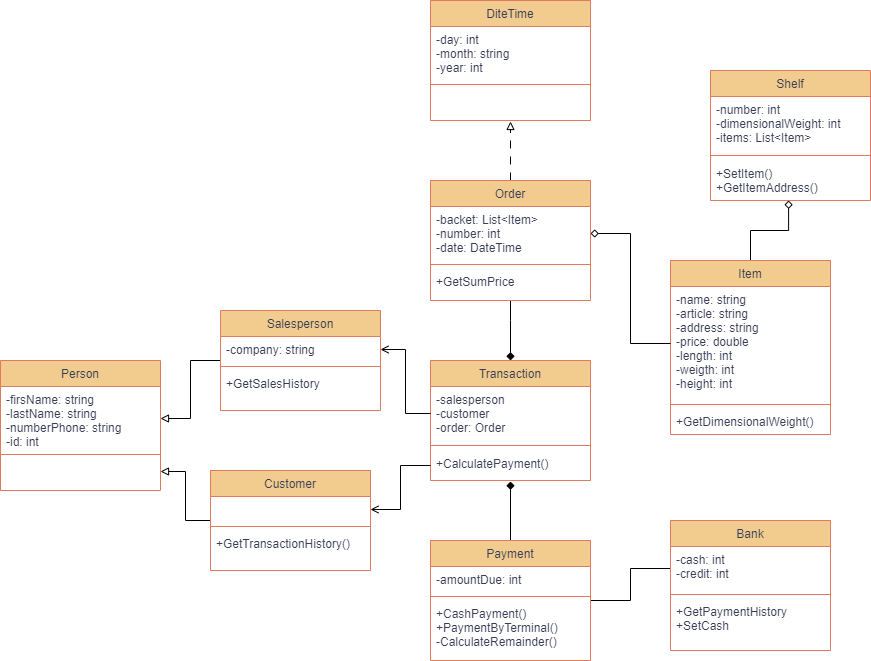
This is UML/Warehous.png from NoaNine/Foxminded_Task7_1, a draw.io export, as it was before one commit. Source tidied: cells renumbered, new cells last; positions are measured from the earlier drawing's top-left corner, leaving out a move shared by most shapes.
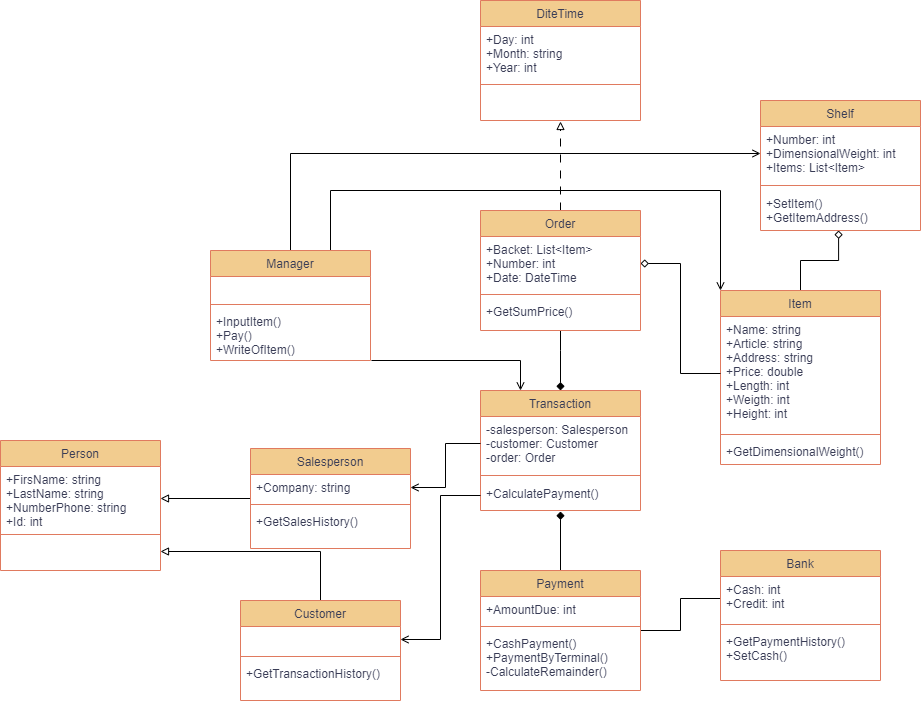
After the change.

Commit message:
Added manager class

Diff of the diagram source:
```diff
@@ -6,7 +6,7 @@
       <mxGeometry relative="1" as="geometry" />
     </mxCell>
     <mxCell id="3" value="Customer" style="swimlane;fontStyle=0;align=center;verticalAlign=top;horizontal=1;startSize=26;rounded=0;shadow=0;strokeWidth=1;labelBackgroundColor=none;fillColor=#F2CC8F;strokeColor=#E07A5F;fontColor=#393C56;" parent="1" vertex="1">
-      <mxGeometry x="210" y="470" width="160" height="100" as="geometry" />
+      <mxGeometry x="190" y="570" width="160" height="100" as="geometry" />
     </mxCell>
     <mxCell id="4" value=" " style="text;align=left;verticalAlign=top;spacingLeft=4;spacingRight=4;overflow=hidden;points=[[0,0.5],[1,0.5]];portConstraint=eastwest;labelBackgroundColor=none;fontColor=#393C56;" parent="3" vertex="1">
       <mxGeometry y="26" width="160" height="26" as="geometry" />
@@ -23,7 +23,7 @@
     <mxCell id="8" value="Item" style="swimlane;fontStyle=0;align=center;verticalAlign=top;horizontal=1;startSize=26;rounded=0;shadow=0;strokeWidth=1;labelBackgroundColor=none;fillColor=#F2CC8F;strokeColor=#E07A5F;fontColor=#393C56;" parent="1" vertex="1">
       <mxGeometry x="670" y="260" width="160" height="174" as="geometry" />
     </mxCell>
-    <mxCell id="9" value="-name: string&#10;-article: string&#10;-address: string&#10;-price: double&#10;-length: int&#10;-weigth: int &#10;-height: int" style="text;align=left;verticalAlign=top;spacingLeft=4;spacingRight=4;overflow=hidden;points=[[0,0.5],[1,0.5]];portConstraint=eastwest;labelBackgroundColor=none;fontColor=#393C56;fontStyle=0;" parent="8" vertex="1">
+    <mxCell id="9" value="+Name: string&#10;+Article: string&#10;+Address: string&#10;+Price: double&#10;+Length: int&#10;+Weigth: int &#10;+Height: int" style="text;align=left;verticalAlign=top;spacingLeft=4;spacingRight=4;overflow=hidden;points=[[0,0.5],[1,0.5]];portConstraint=eastwest;labelBackgroundColor=none;fontColor=#393C56;fontStyle=0;" parent="8" vertex="1">
       <mxGeometry y="26" width="160" height="114" as="geometry" />
     </mxCell>
     <mxCell id="10" style="line;html=1;strokeWidth=1;align=left;verticalAlign=middle;spacingTop=-1;spacingLeft=3;spacingRight=3;labelPosition=right;labelBackgroundColor=none;fillColor=#F2CC8F;strokeColor=#E07A5F;fontColor=#393C56;" parent="8" vertex="1">
@@ -36,21 +36,21 @@
       <mxGeometry relative="1" as="geometry" />
     </mxCell>
     <mxCell id="13" value="Salesperson" style="swimlane;fontStyle=0;align=center;verticalAlign=top;horizontal=1;startSize=26;rounded=0;shadow=0;strokeWidth=1;labelBackgroundColor=none;fillColor=#F2CC8F;strokeColor=#E07A5F;fontColor=#393C56;" parent="1" vertex="1">
-      <mxGeometry x="220" y="310" width="160" height="100" as="geometry" />
+      <mxGeometry x="200" y="418" width="160" height="100" as="geometry" />
     </mxCell>
-    <mxCell id="14" value="-company: string" style="text;align=left;verticalAlign=top;spacingLeft=4;spacingRight=4;overflow=hidden;points=[[0,0.5],[1,0.5]];portConstraint=eastwest;labelBackgroundColor=none;fontColor=#393C56;" parent="13" vertex="1">
+    <mxCell id="14" value="+Company: string" style="text;align=left;verticalAlign=top;spacingLeft=4;spacingRight=4;overflow=hidden;points=[[0,0.5],[1,0.5]];portConstraint=eastwest;labelBackgroundColor=none;fontColor=#393C56;" parent="13" vertex="1">
       <mxGeometry y="26" width="160" height="26" as="geometry" />
     </mxCell>
     <mxCell id="15" style="line;html=1;strokeWidth=1;align=left;verticalAlign=middle;spacingTop=-1;spacingLeft=3;spacingRight=3;labelPosition=right;labelBackgroundColor=none;fillColor=#F2CC8F;strokeColor=#E07A5F;fontColor=#393C56;" parent="13" vertex="1">
       <mxGeometry y="52" width="160" height="8" as="geometry" />
     </mxCell>
-    <mxCell id="16" value="+GetSalesHistory" style="text;align=left;verticalAlign=top;spacingLeft=4;spacingRight=4;overflow=hidden;fontStyle=0;labelBackgroundColor=none;fontColor=#393C56;" parent="13" vertex="1">
+    <mxCell id="16" value="+GetSalesHistory()" style="text;align=left;verticalAlign=top;spacingLeft=4;spacingRight=4;overflow=hidden;fontStyle=0;labelBackgroundColor=none;fontColor=#393C56;" parent="13" vertex="1">
       <mxGeometry y="60" width="160" height="26" as="geometry" />
     </mxCell>
     <mxCell id="17" value="Person" style="swimlane;fontStyle=0;align=center;verticalAlign=top;horizontal=1;startSize=26;rounded=0;shadow=0;strokeWidth=1;labelBackgroundColor=none;fillColor=#F2CC8F;strokeColor=#E07A5F;fontColor=#393C56;" parent="1" vertex="1">
-      <mxGeometry y="360" width="160" height="130" as="geometry" />
+      <mxGeometry x="-50" y="410" width="160" height="130" as="geometry" />
     </mxCell>
-    <mxCell id="18" value="-firsName: string&#10;-lastName: string&#10;-numberPhone: string&#10;-id: int" style="text;align=left;verticalAlign=top;spacingLeft=4;spacingRight=4;overflow=hidden;points=[[0,0.5],[1,0.5]];portConstraint=eastwest;labelBackgroundColor=none;fontColor=#393C56;" parent="17" vertex="1">
+    <mxCell id="18" value="+FirsName: string&#10;+LastName: string&#10;+NumberPhone: string&#10;+Id: int" style="text;align=left;verticalAlign=top;spacingLeft=4;spacingRight=4;overflow=hidden;points=[[0,0.5],[1,0.5]];portConstraint=eastwest;labelBackgroundColor=none;fontColor=#393C56;" parent="17" vertex="1">
       <mxGeometry y="26" width="160" height="64" as="geometry" />
     </mxCell>
     <mxCell id="19" style="line;html=1;strokeWidth=1;align=left;verticalAlign=middle;spacingTop=-1;spacingLeft=3;spacingRight=3;labelPosition=right;labelBackgroundColor=none;fillColor=#F2CC8F;strokeColor=#E07A5F;fontColor=#393C56;" parent="17" vertex="1">
@@ -70,7 +70,7 @@
     <mxCell id="22" value="Transaction" style="swimlane;fontStyle=0;align=center;verticalAlign=top;horizontal=1;startSize=26;rounded=0;shadow=0;strokeWidth=1;labelBackgroundColor=none;fillColor=#F2CC8F;strokeColor=#E07A5F;fontColor=#393C56;" parent="1" vertex="1">
       <mxGeometry x="430" y="360" width="160" height="120" as="geometry" />
     </mxCell>
-    <mxCell id="23" value="-salesperson&#10;-customer&#10;-order: Order" style="text;align=left;verticalAlign=top;spacingLeft=4;spacingRight=4;overflow=hidden;points=[[0,0.5],[1,0.5]];portConstraint=eastwest;labelBackgroundColor=none;fontColor=#393C56;" parent="22" vertex="1">
+    <mxCell id="23" value="-salesperson: Salesperson&#10;-customer: Customer&#10;-order: Order" style="text;align=left;verticalAlign=top;spacingLeft=4;spacingRight=4;overflow=hidden;points=[[0,0.5],[1,0.5]];portConstraint=eastwest;labelBackgroundColor=none;fontColor=#393C56;" parent="22" vertex="1">
       <mxGeometry y="26" width="160" height="54" as="geometry" />
     </mxCell>
     <mxCell id="24" style="line;html=1;strokeWidth=1;align=left;verticalAlign=middle;spacingTop=-1;spacingLeft=3;spacingRight=3;labelPosition=right;labelBackgroundColor=none;fillColor=#F2CC8F;strokeColor=#E07A5F;fontColor=#393C56;" parent="22" vertex="1">
@@ -82,7 +82,7 @@
     <mxCell id="26" value="Shelf" style="swimlane;fontStyle=0;align=center;verticalAlign=top;horizontal=1;startSize=26;rounded=0;shadow=0;strokeWidth=1;labelBackgroundColor=none;fillColor=#F2CC8F;strokeColor=#E07A5F;fontColor=#393C56;" parent="1" vertex="1">
       <mxGeometry x="710" y="70" width="160" height="130" as="geometry" />
     </mxCell>
-    <mxCell id="27" value="-number: int&#10;-dimensionalWeight: int&#10;-items: List&lt;Item&gt;" style="text;align=left;verticalAlign=top;spacingLeft=4;spacingRight=4;overflow=hidden;points=[[0,0.5],[1,0.5]];portConstraint=eastwest;labelBackgroundColor=none;fontColor=#393C56;" parent="26" vertex="1">
+    <mxCell id="27" value="+Number: int&#10;+DimensionalWeight: int&#10;+Items: List&lt;Item&gt;" style="text;align=left;verticalAlign=top;spacingLeft=4;spacingRight=4;overflow=hidden;points=[[0,0.5],[1,0.5]];portConstraint=eastwest;labelBackgroundColor=none;fontColor=#393C56;" parent="26" vertex="1">
       <mxGeometry y="26" width="160" height="54" as="geometry" />
     </mxCell>
     <mxCell id="28" style="line;html=1;strokeWidth=1;align=left;verticalAlign=middle;spacingTop=-1;spacingLeft=3;spacingRight=3;labelPosition=right;labelBackgroundColor=none;fillColor=#F2CC8F;strokeColor=#E07A5F;fontColor=#393C56;" parent="26" vertex="1">
@@ -100,7 +100,7 @@
     <mxCell id="32" value="Payment" style="swimlane;fontStyle=0;align=center;verticalAlign=top;horizontal=1;startSize=26;rounded=0;shadow=0;strokeWidth=1;labelBackgroundColor=none;fillColor=#F2CC8F;strokeColor=#E07A5F;fontColor=#393C56;" parent="1" vertex="1">
       <mxGeometry x="430" y="540" width="160" height="120" as="geometry" />
     </mxCell>
-    <mxCell id="33" value="-amountDue: int" style="text;align=left;verticalAlign=top;spacingLeft=4;spacingRight=4;overflow=hidden;labelBackgroundColor=none;fontColor=#393C56;" parent="32" vertex="1">
+    <mxCell id="33" value="+AmountDue: int" style="text;align=left;verticalAlign=top;spacingLeft=4;spacingRight=4;overflow=hidden;labelBackgroundColor=none;fontColor=#393C56;" parent="32" vertex="1">
       <mxGeometry y="26" width="160" height="26" as="geometry" />
     </mxCell>
     <mxCell id="34" style="line;html=1;strokeWidth=1;align=left;verticalAlign=middle;spacingTop=-1;spacingLeft=3;spacingRight=3;labelPosition=right;labelBackgroundColor=none;fillColor=#F2CC8F;strokeColor=#E07A5F;fontColor=#393C56;" parent="32" vertex="1">
@@ -112,13 +112,13 @@
     <mxCell id="36" value="Bank" style="swimlane;fontStyle=0;align=center;verticalAlign=top;horizontal=1;startSize=26;rounded=0;shadow=0;strokeWidth=1;labelBackgroundColor=none;fillColor=#F2CC8F;strokeColor=#E07A5F;fontColor=#393C56;" parent="1" vertex="1">
       <mxGeometry x="670" y="520" width="160" height="130" as="geometry" />
     </mxCell>
-    <mxCell id="37" value="-cash: int&#10;-credit: int" style="text;align=left;verticalAlign=top;spacingLeft=4;spacingRight=4;overflow=hidden;points=[[0,0.5],[1,0.5]];portConstraint=eastwest;labelBackgroundColor=none;fontColor=#393C56;" parent="36" vertex="1">
+    <mxCell id="37" value="+Cash: int&#10;+Credit: int" style="text;align=left;verticalAlign=top;spacingLeft=4;spacingRight=4;overflow=hidden;points=[[0,0.5],[1,0.5]];portConstraint=eastwest;labelBackgroundColor=none;fontColor=#393C56;" parent="36" vertex="1">
       <mxGeometry y="26" width="160" height="44" as="geometry" />
     </mxCell>
     <mxCell id="38" style="line;html=1;strokeWidth=1;align=left;verticalAlign=middle;spacingTop=-1;spacingLeft=3;spacingRight=3;labelPosition=right;labelBackgroundColor=none;fillColor=#F2CC8F;strokeColor=#E07A5F;fontColor=#393C56;" parent="36" vertex="1">
       <mxGeometry y="70" width="160" height="8" as="geometry" />
     </mxCell>
-    <mxCell id="39" value="+GetPaymentHistory&#10;+SetCash" style="text;align=left;verticalAlign=top;spacingLeft=4;spacingRight=4;overflow=hidden;labelBackgroundColor=none;fontColor=#393C56;" parent="36" vertex="1">
+    <mxCell id="39" value="+GetPaymentHistory()&#10;+SetCash()" style="text;align=left;verticalAlign=top;spacingLeft=4;spacingRight=4;overflow=hidden;labelBackgroundColor=none;fontColor=#393C56;" parent="36" vertex="1">
       <mxGeometry y="78" width="160" height="52" as="geometry" />
     </mxCell>
     <mxCell id="40" style="edgeStyle=orthogonalEdgeStyle;rounded=0;jettySize=auto;html=1;endArrow=block;endFill=0;dashed=1;dashPattern=8 8;entryX=0.5;entryY=1.031;entryDx=0;entryDy=0;entryPerimeter=0;" parent="1" edge="1" source="41" target="48">
@@ -127,19 +127,19 @@
     <mxCell id="41" value="Order" style="swimlane;fontStyle=0;align=center;verticalAlign=top;horizontal=1;startSize=26;rounded=0;shadow=0;strokeWidth=1;labelBackgroundColor=none;fillColor=#F2CC8F;strokeColor=#E07A5F;fontColor=#393C56;" parent="1" vertex="1">
       <mxGeometry x="430" y="180" width="160" height="120" as="geometry" />
     </mxCell>
-    <mxCell id="42" value="-backet: List&lt;Item&gt;&#10;-number: int&#10;-date: DateTime" style="text;align=left;verticalAlign=top;spacingLeft=4;spacingRight=4;overflow=hidden;points=[[0,0.5],[1,0.5]];portConstraint=eastwest;labelBackgroundColor=none;fontColor=#393C56;" parent="41" vertex="1">
+    <mxCell id="42" value="+Backet: List&lt;Item&gt;&#10;+Number: int&#10;+Date: DateTime" style="text;align=left;verticalAlign=top;spacingLeft=4;spacingRight=4;overflow=hidden;points=[[0,0.5],[1,0.5]];portConstraint=eastwest;labelBackgroundColor=none;fontColor=#393C56;" parent="41" vertex="1">
       <mxGeometry y="26" width="160" height="54" as="geometry" />
     </mxCell>
     <mxCell id="43" style="line;html=1;strokeWidth=1;align=left;verticalAlign=middle;spacingTop=-1;spacingLeft=3;spacingRight=3;labelPosition=right;labelBackgroundColor=none;fillColor=#F2CC8F;strokeColor=#E07A5F;fontColor=#393C56;" parent="41" vertex="1">
       <mxGeometry y="80" width="160" height="8" as="geometry" />
     </mxCell>
-    <mxCell id="44" value="+GetSumPrice" style="text;align=left;verticalAlign=top;spacingLeft=4;spacingRight=4;overflow=hidden;points=[[0,0.5],[1,0.5]];portConstraint=eastwest;labelBackgroundColor=none;fontColor=#393C56;" parent="41" vertex="1">
+    <mxCell id="44" value="+GetSumPrice()" style="text;align=left;verticalAlign=top;spacingLeft=4;spacingRight=4;overflow=hidden;points=[[0,0.5],[1,0.5]];portConstraint=eastwest;labelBackgroundColor=none;fontColor=#393C56;" parent="41" vertex="1">
       <mxGeometry y="88" width="160" height="32" as="geometry" />
     </mxCell>
     <mxCell id="45" value="DiteTime" style="swimlane;fontStyle=0;align=center;verticalAlign=top;horizontal=1;startSize=26;rounded=0;shadow=0;strokeWidth=1;labelBackgroundColor=none;fillColor=#F2CC8F;strokeColor=#E07A5F;fontColor=#393C56;" parent="1" vertex="1">
-      <mxGeometry x="430" width="160" height="120" as="geometry" />
+      <mxGeometry x="430" y="-30" width="160" height="120" as="geometry" />
     </mxCell>
-    <mxCell id="46" value="-day: int&#10;-month: string&#10;-year: int" style="text;align=left;verticalAlign=top;spacingLeft=4;spacingRight=4;overflow=hidden;labelBackgroundColor=none;fontColor=#393C56;" parent="45" vertex="1">
+    <mxCell id="46" value="+Day: int&#10;+Month: string&#10;+Year: int" style="text;align=left;verticalAlign=top;spacingLeft=4;spacingRight=4;overflow=hidden;labelBackgroundColor=none;fontColor=#393C56;" parent="45" vertex="1">
       <mxGeometry y="26" width="160" height="54" as="geometry" />
     </mxCell>
     <mxCell id="47" style="line;html=1;strokeWidth=1;align=left;verticalAlign=middle;spacingTop=-1;spacingLeft=3;spacingRight=3;labelPosition=right;labelBackgroundColor=none;fillColor=#F2CC8F;strokeColor=#E07A5F;fontColor=#393C56;" parent="45" vertex="1">
@@ -157,5 +157,35 @@
     <mxCell id="51" style="edgeStyle=orthogonalEdgeStyle;rounded=0;jettySize=auto;html=1;exitX=0;exitY=0.5;exitDx=0;exitDy=0;entryX=1;entryY=0.5;entryDx=0;entryDy=0;endArrow=open;endFill=0;" parent="1" edge="1" source="23" target="14">
       <mxGeometry relative="1" as="geometry" />
     </mxCell>
+    <mxCell id="52" style="edgeStyle=orthogonalEdgeStyle;rounded=0;jettySize=auto;html=1;exitX=0.75;exitY=0;exitDx=0;exitDy=0;entryX=0;entryY=0;entryDx=0;entryDy=0;endArrow=open;endFill=0;" parent="1" edge="1" source="54" target="8">
+      <mxGeometry relative="1" as="geometry">
+        <Array as="points">
+          <mxPoint x="280" y="160" />
+          <mxPoint x="670" y="160" />
+        </Array>
+      </mxGeometry>
+    </mxCell>
+    <mxCell id="53" style="edgeStyle=orthogonalEdgeStyle;rounded=0;jettySize=auto;html=1;exitX=0.5;exitY=0;exitDx=0;exitDy=0;entryX=0;entryY=0.5;entryDx=0;entryDy=0;endArrow=open;endFill=0;" parent="1" edge="1" source="54" target="27">
+      <mxGeometry relative="1" as="geometry" />
+    </mxCell>
+    <mxCell id="54" value="Manager" style="swimlane;fontStyle=0;align=center;verticalAlign=top;horizontal=1;startSize=26;rounded=0;shadow=0;strokeWidth=1;labelBackgroundColor=none;fillColor=#F2CC8F;strokeColor=#E07A5F;fontColor=#393C56;" parent="1" vertex="1">
+      <mxGeometry x="160" y="220" width="160" height="110" as="geometry" />
+    </mxCell>
+    <mxCell id="55" value=" " style="text;align=left;verticalAlign=top;spacingLeft=4;spacingRight=4;overflow=hidden;labelBackgroundColor=none;fontColor=#393C56;" parent="54" vertex="1">
+      <mxGeometry y="26" width="160" height="24" as="geometry" />
+    </mxCell>
+    <mxCell id="56" style="line;html=1;strokeWidth=1;align=left;verticalAlign=middle;spacingTop=-1;spacingLeft=3;spacingRight=3;labelPosition=right;labelBackgroundColor=none;fillColor=#F2CC8F;strokeColor=#E07A5F;fontColor=#393C56;" parent="54" vertex="1">
+      <mxGeometry y="50" width="160" height="8" as="geometry" />
+    </mxCell>
+    <mxCell id="57" value="+InputItem()&#10;+Pay()&#10;+WriteOfItem()" style="text;align=left;verticalAlign=top;spacingLeft=4;spacingRight=4;overflow=hidden;points=[[0,0.5],[1,0.5]];portConstraint=eastwest;labelBackgroundColor=none;fontColor=#393C56;" parent="54" vertex="1">
+      <mxGeometry y="58" width="160" height="52" as="geometry" />
+    </mxCell>
+    <mxCell id="58" style="edgeStyle=orthogonalEdgeStyle;rounded=0;jettySize=auto;html=1;exitX=1.006;exitY=1;exitDx=0;exitDy=0;entryX=0.25;entryY=0;entryDx=0;entryDy=0;exitPerimeter=0;endArrow=open;endFill=0;" parent="1" edge="1" source="57" target="22">
+      <mxGeometry relative="1" as="geometry">
+        <Array as="points">
+          <mxPoint x="470" y="330" />
+        </Array>
+      </mxGeometry>
+    </mxCell>
   </root>
 </mxGraphModel>
```
